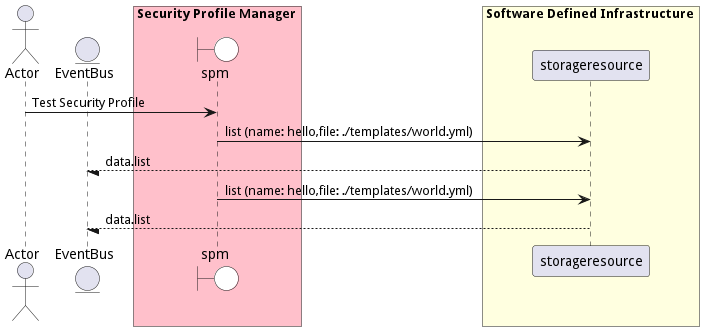
Above: docs/edgemere/sa/spm/usecases/managesecurityprofiles/TestSecurityProfile.png in madajaju/edgemere (PlantUML), before the change. Its diagram source:
```plantuml
@startuml

actor "Actor"


entity EventBus

box Security Profile Manager #pink
    boundary spm #white
end box


box Software Defined Infrastructure #lightyellow
            participant storageresource
    end box


"Actor" -> spm: Test Security Profile

    spm -> "storageresource": list (name: hello,file: ./templates/world.yml)

    "storageresource" --/ EventBus: data.list

    spm -> "storageresource": list (name: hello,file: ./templates/world.yml)

    "storageresource" --/ EventBus: data.list



@enduml
```
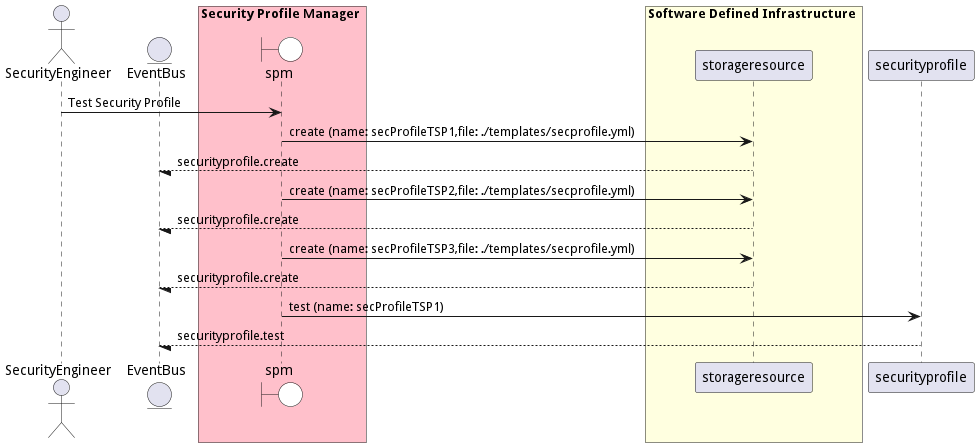
After the commit.

The edit, as a diff of the source:
```diff
@@ -1,6 +1,6 @@
 @startuml
 
-actor "Actor"
+actor "SecurityEngineer"
 
 
 entity EventBus
@@ -14,16 +14,27 @@
             participant storageresource
     end box
 
+box Security Profile Manager #pink
+    end box
 
-"Actor" -> spm: Test Security Profile
 
-    spm -> "storageresource": list (name: hello,file: ./templates/world.yml)
+"SecurityEngineer" -> spm: Test Security Profile
 
-    "storageresource" --/ EventBus: data.list
+    spm -> "storageresource": create (name: secProfileTSP1,file: ./templates/secprofile.yml)
 
-    spm -> "storageresource": list (name: hello,file: ./templates/world.yml)
+    "storageresource" --/ EventBus: securityprofile.create
 
-    "storageresource" --/ EventBus: data.list
+    spm -> "storageresource": create (name: secProfileTSP2,file: ./templates/secprofile.yml)
+
+    "storageresource" --/ EventBus: securityprofile.create
+
+    spm -> "storageresource": create (name: secProfileTSP3,file: ./templates/secprofile.yml)
+
+    "storageresource" --/ EventBus: securityprofile.create
+
+    spm -> "securityprofile": test (name: secProfileTSP1)
+
+    "securityprofile" --/ EventBus: securityprofile.test
 
 
 
```
